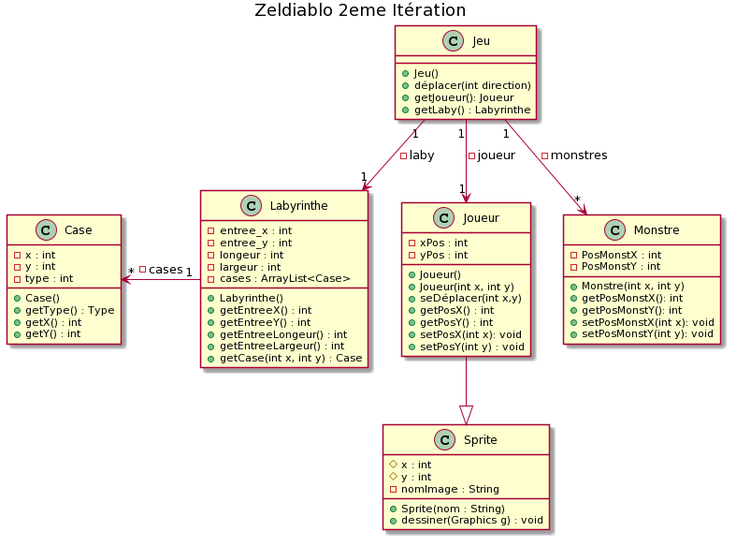
Above: documents/version_2/Diagrame_de_classe.png in icetomtom/2020_COO_Zeldiablo_muller742u_etchevar1u_huet41u_bouillo15u (PlantUML), before the change.
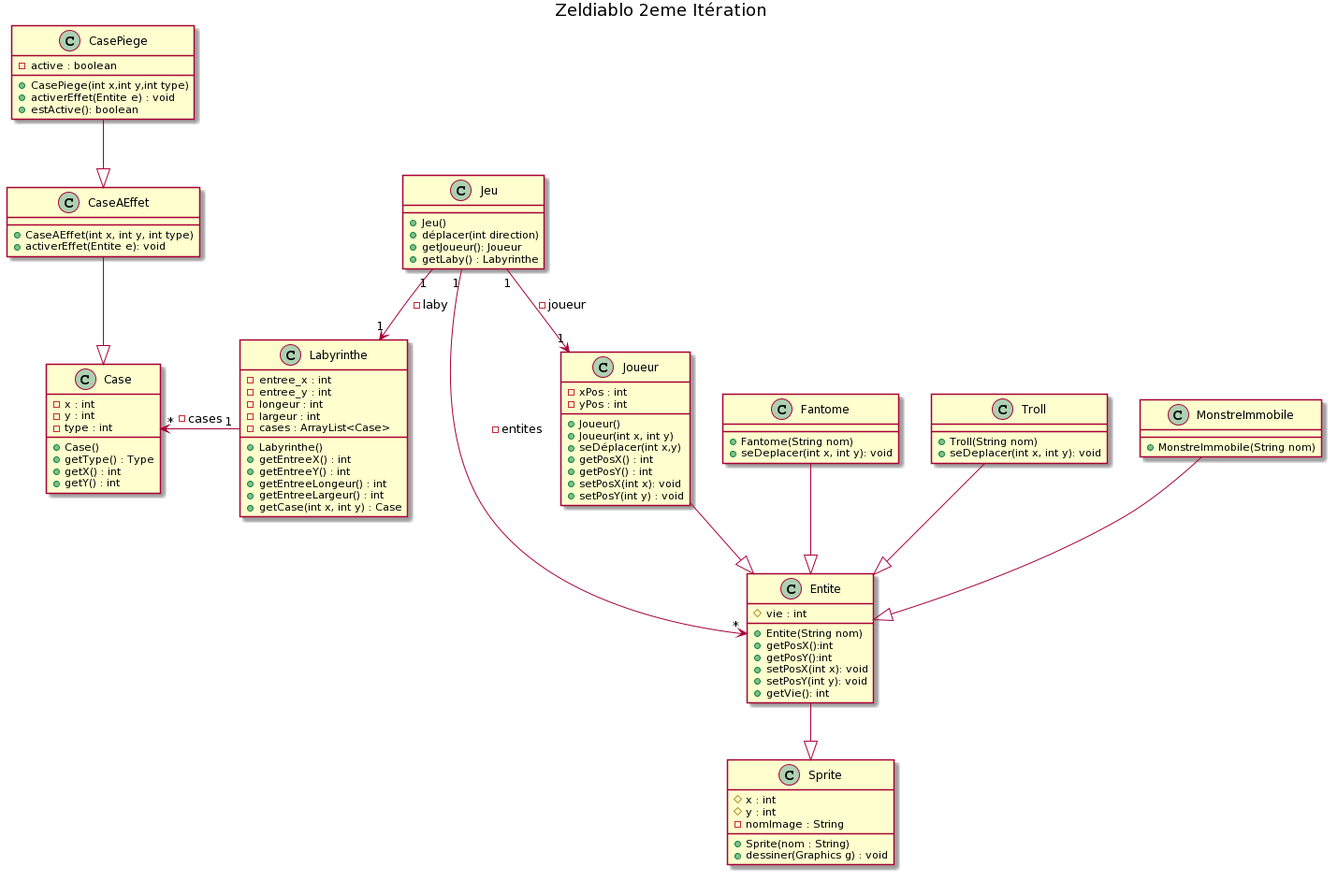
After the change.

Commit message:
nouveau diagramme de clase

The edit, as a diff of the source:
```diff
@@ -18,6 +18,17 @@
 
 }
 
+class Entite{
+   # vie : int
+
+   + Entite(String nom)
+   + getPosX():int
+   + getPosY():int
+   + setPosX(int x): void
+   + setPosY(int y): void
+   + getVie(): int
+}
+
 class Joueur{
   - xPos : int
   - yPos : int
@@ -29,8 +40,8 @@
   + setPosX(int x): void
   + setPosY(int y) : void
 }
-
-Joueur --^ Sprite
+Joueur --^ Entite
+Entite --^ Sprite
 
 class Labyrinthe {
     -entree_x : int
@@ -57,19 +68,42 @@
     + getX() : int
     + getY() : int
 }
-class Monstre {
-    - PosMonstX : int
-    - PosMonstY : int
-    + Monstre(int x, int y)
-    + getPosMonstX(): int
-    + getPosMonstY(): int
-    + setPosMonstX(int x): void
-    + setPosMonstY(int y): void
 
+class CaseAEffet{
+   + CaseAEffet(int x, int y, int type)
+   + activerEffet(Entite e): void
 }
 
+class CasePiege {
+   - active : boolean
+   + CasePiege(int x,int y,int type)
+   + activerEffet(Entite e) : void
+   + estActive(): boolean
+}
+
+CasePiege --^ CaseAEffet
+CaseAEffet --^ Case
+
+class Fantome{
+   + Fantome(String nom)
+   + seDeplacer(int x, int y): void
+}
+
+class Troll{
+   + Troll(String nom)
+   + seDeplacer(int x, int y): void
+}
+
+class MonstreImmobile{
+   + MonstreImmobile(String nom)
+}
+
+Fantome --^ Entite
+MonstreImmobile --^ Entite
+Troll --^ Entite
+
 Jeu "1" --> "1" Joueur : - joueur
-Jeu "1" --> "*" Monstre: - monstres
+Jeu "1" --> "*" Entite: - entites
 Jeu "1" --> "1" Labyrinthe : - laby
 Case "*" <-"1" Labyrinthe : - cases
 @enduml
```
